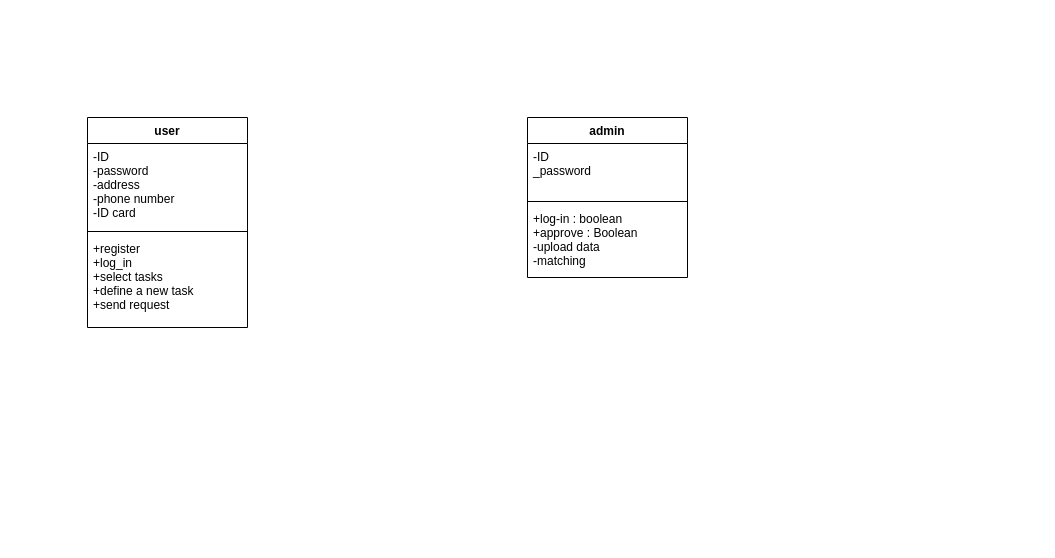
This is page "class diagram" (2 of 4) of Untitled Diagram.drawio from sepidehnaghshineh/SDP-final, a draw.io file, before an edit. Source tidied: cells renumbered, new cells numbered last; positions are measured from the earlier drawing's top-left corner, leaving out a move shared by most shapes. Both pictures are drawn from the tidied source at 100%, with x=0, y=0 at pixel (87, 117).
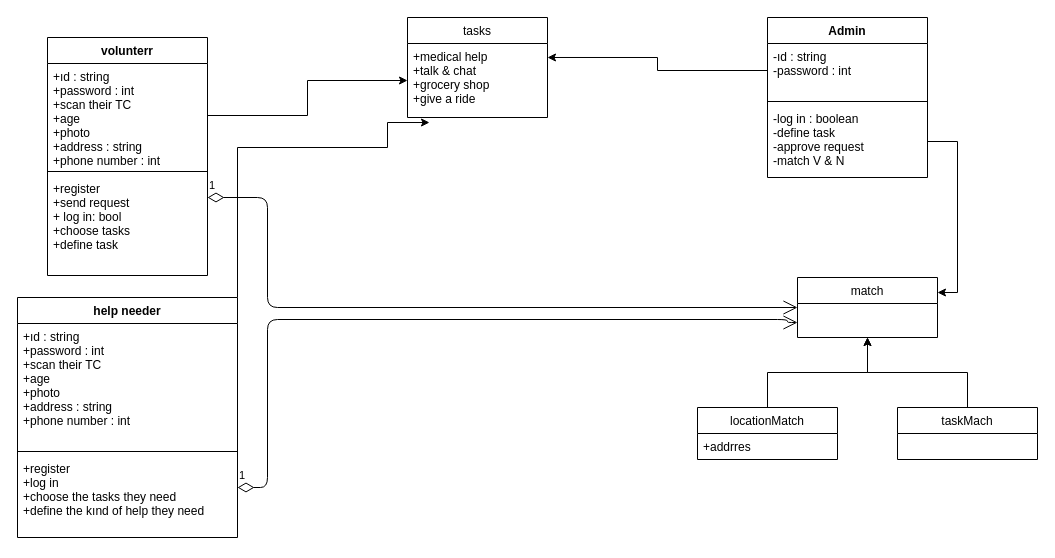
After the change.

Diff of the diagram source:
```diff
@@
-    <mxCell id="0" />
-    <mxCell id="1" parent="0" />
-    <mxCell id="2" value="admin" style="swimlane;fontStyle=1;align=center;verticalAlign=top;horizontal=1;startSize=26;" parent="1" vertex="1">
-      <mxGeometry x="440" width="160" height="160" as="geometry" />
-    </mxCell>
-    <mxCell id="3" value="-ID&#10;_password&#10;" style="text;strokeColor=none;fillColor=none;align=left;verticalAlign=top;spacingLeft=4;spacingRight=4;overflow=hidden;" parent="2" vertex="1">
-      <mxGeometry y="26" width="160" height="54" as="geometry" />
-    </mxCell>
+    <mxCell id="10" />
+    <mxCell id="11" parent="10" />
+    <mxCell id="12" value="Admin" style="swimlane;fontStyle=1;align=center;verticalAlign=top;horizontal=1;startSize=26;" parent="11" vertex="1">
+      <mxGeometry x="680" y="-100" width="160" height="160" as="geometry" />
+    </mxCell>
+    <mxCell id="13" value="-ıd : string&#10;-password : int" style="text;strokeColor=none;fillColor=none;align=left;verticalAlign=top;spacingLeft=4;spacingRight=4;overflow=hidden;points=[[0,0.5],[1,0.5]];portConstraint=eastwest;" parent="12" vertex="1">
+      <mxGeometry y="26" width="160" height="54" as="geometry" />
+    </mxCell>
-    <mxCell id="4" style="line;strokeWidth=1;fillColor=none;align=left;verticalAlign=middle;spacingTop=-1;spacingLeft=3;spacingRight=3;labelPosition=right;" parent="2" vertex="1">
+    <mxCell id="4" style="line;strokeWidth=1;fillColor=none;align=left;verticalAlign=middle;spacingTop=-1;spacingLeft=3;spacingRight=3;labelPosition=right;" parent="12" vertex="1">
       <mxGeometry y="80" width="160" height="8" as="geometry" />
     </mxCell>
-    <mxCell id="5" value="+log-in : boolean&#10;+approve : Boolean&#10;-upload data&#10;-matching &#10;" style="text;strokeColor=none;fillColor=none;align=left;verticalAlign=top;spacingLeft=4;spacingRight=4;overflow=hidden;" parent="2" vertex="1">
-      <mxGeometry y="88" width="160" height="72" as="geometry" />
-    </mxCell>
-    <mxCell id="6" value="user" style="swimlane;fontStyle=1;align=center;verticalAlign=top;horizontal=1;startSize=26;" parent="1" vertex="1">
-      <mxGeometry width="160" height="210" as="geometry" />
-    </mxCell>
-    <mxCell id="7" value="-ID&#10;-password&#10;-address&#10;-phone number&#10;-ID card" style="text;strokeColor=none;fillColor=none;align=left;verticalAlign=top;spacingLeft=4;spacingRight=4;overflow=hidden;" parent="6" vertex="1">
-      <mxGeometry y="26" width="160" height="84" as="geometry" />
-    </mxCell>
-    <mxCell id="8" style="line;strokeWidth=1;fillColor=none;align=left;verticalAlign=middle;spacingTop=-1;spacingLeft=3;spacingRight=3;labelPosition=right;" parent="6" vertex="1">
-      <mxGeometry y="110" width="160" height="8" as="geometry" />
-    </mxCell>
-    <mxCell id="9" value="+register&#10;+log_in&#10;+select tasks&#10;+define a new task&#10;+send request&#10;" style="text;strokeColor=none;fillColor=none;align=left;verticalAlign=top;spacingLeft=4;spacingRight=4;overflow=hidden;" parent="6" vertex="1">
-      <mxGeometry y="118" width="160" height="92" as="geometry" />
-    </mxCell>
+    <mxCell id="14" value="-log in : boolean&#10;-define task&#10;-approve request&#10;-match V &amp; N" style="text;strokeColor=none;fillColor=none;align=left;verticalAlign=top;spacingLeft=4;spacingRight=4;overflow=hidden;points=[[0,0.5],[1,0.5]];portConstraint=eastwest;" parent="12" vertex="1">
+      <mxGeometry y="88" width="160" height="72" as="geometry" />
+    </mxCell>
+    <mxCell id="15" value="volunterr" style="swimlane;fontStyle=1;align=center;verticalAlign=top;horizontal=1;startSize=26;" parent="11" vertex="1">
+      <mxGeometry x="-40" y="-80" width="160" height="238" as="geometry" />
+    </mxCell>
+    <mxCell id="16" value="+ıd : string&#10;+password : int&#10;+scan their TC&#10;+age&#10;+photo &#10;+address : string&#10;+phone number : int" style="text;strokeColor=none;fillColor=none;align=left;verticalAlign=top;spacingLeft=4;spacingRight=4;overflow=hidden;points=[[0,0.5],[1,0.5]];portConstraint=eastwest;" parent="15" vertex="1">
+      <mxGeometry y="26" width="160" height="104" as="geometry" />
+    </mxCell>
+    <mxCell id="17" style="line;strokeWidth=1;fillColor=none;align=left;verticalAlign=middle;spacingTop=-1;spacingLeft=3;spacingRight=3;labelPosition=right;" parent="15" vertex="1">
+      <mxGeometry y="130" width="160" height="8" as="geometry" />
+    </mxCell>
+    <mxCell id="18" value="+register&#10;+send request &#10;+ log in: bool&#10;+choose tasks&#10;+define task" style="text;strokeColor=none;fillColor=none;align=left;verticalAlign=top;spacingLeft=4;spacingRight=4;overflow=hidden;" parent="15" vertex="1">
+      <mxGeometry y="138" width="160" height="100" as="geometry" />
+    </mxCell>
+    <mxCell id="19" style="edgeStyle=orthogonalEdgeStyle;rounded=0;jettySize=auto;html=1;exitX=1;exitY=0;exitDx=0;exitDy=0;entryX=0.157;entryY=1.068;entryDx=0;entryDy=0;entryPerimeter=0;" parent="11" edge="1" source="20" target="26">
+      <mxGeometry relative="1" as="geometry">
+        <Array as="points">
+          <mxPoint x="150" y="30" />
+          <mxPoint x="300" y="30" />
+          <mxPoint x="300" y="5" />
+        </Array>
+      </mxGeometry>
+    </mxCell>
+    <mxCell id="20" value="help needer" style="swimlane;fontStyle=1;align=center;verticalAlign=top;horizontal=1;startSize=26;" parent="11" vertex="1">
+      <mxGeometry x="-70" y="180" width="220" height="240" as="geometry" />
+    </mxCell>
+    <mxCell id="21" value="+ıd : string&#10;+password : int&#10;+scan their TC&#10;+age&#10;+photo &#10;+address : string&#10;+phone number : int&#10;" style="text;strokeColor=none;fillColor=none;align=left;verticalAlign=top;spacingLeft=4;spacingRight=4;overflow=hidden;" parent="20" vertex="1">
+      <mxGeometry y="26" width="220" height="124" as="geometry" />
+    </mxCell>
+    <mxCell id="22" style="line;strokeWidth=1;fillColor=none;align=left;verticalAlign=middle;spacingTop=-1;spacingLeft=3;spacingRight=3;labelPosition=right;" parent="20" vertex="1">
+      <mxGeometry y="150" width="220" height="8" as="geometry" />
+    </mxCell>
+    <mxCell id="23" value="+register&#10;+log in&#10;+choose the tasks they need&#10;+define the kınd of help they need" style="text;strokeColor=none;fillColor=none;align=left;verticalAlign=top;spacingLeft=4;spacingRight=4;overflow=hidden;" parent="20" vertex="1">
+      <mxGeometry y="158" width="220" height="82" as="geometry" />
+    </mxCell>
+    <mxCell id="24" value="match" style="swimlane;fontStyle=0;horizontal=1;startSize=26;fillColor=none;" parent="11" vertex="1">
+      <mxGeometry x="710" y="160" width="140" height="60" as="geometry" />
+    </mxCell>
+    <mxCell id="25" value="tasks" style="swimlane;fontStyle=0;horizontal=1;startSize=26;fillColor=none;" parent="11" vertex="1">
+      <mxGeometry x="320" y="-100" width="140" height="100" as="geometry" />
+    </mxCell>
+    <mxCell id="26" value="+medical help&#10;+talk &amp; chat&#10;+grocery shop&#10;+give a ride&#10;" style="text;strokeColor=none;fillColor=none;align=left;verticalAlign=top;spacingLeft=4;spacingRight=4;overflow=hidden;points=[[0,0.5],[1,0.5]];portConstraint=eastwest;" parent="25" vertex="1">
+      <mxGeometry y="26" width="140" height="74" as="geometry" />
+    </mxCell>
+    <mxCell id="27" value="1" style="endArrow=open;html=1;endSize=12;startArrow=diamondThin;startSize=14;startFill=0;edgeStyle=orthogonalEdgeStyle;align=left;verticalAlign=bottom;entryX=0;entryY=0.5;entryDx=0;entryDy=0;" parent="11" edge="1" target="24">
+      <mxGeometry x="-1" y="3" relative="1" as="geometry">
+        <mxPoint x="120" y="80" as="sourcePoint" />
+        <Array as="points">
+          <mxPoint x="180" y="80" />
+          <mxPoint x="180" y="190" />
+        </Array>
+      </mxGeometry>
+    </mxCell>
+    <mxCell id="28" value="1" style="endArrow=open;html=1;endSize=12;startArrow=diamondThin;startSize=14;startFill=0;edgeStyle=orthogonalEdgeStyle;align=left;verticalAlign=bottom;entryX=0;entryY=0.75;entryDx=0;entryDy=0;" parent="11" edge="1" target="24">
+      <mxGeometry x="-1" y="3" relative="1" as="geometry">
+        <mxPoint x="150" y="370" as="sourcePoint" />
+        <Array as="points">
+          <mxPoint x="180" y="370" />
+          <mxPoint x="180" y="202" />
+          <mxPoint x="700" y="202" />
+        </Array>
+      </mxGeometry>
+    </mxCell>
+    <mxCell id="29" style="edgeStyle=orthogonalEdgeStyle;rounded=0;jettySize=auto;html=1;exitX=0.5;exitY=0;exitDx=0;exitDy=0;entryX=0.5;entryY=1;entryDx=0;entryDy=0;" parent="11" edge="1" source="30" target="24">
+      <mxGeometry relative="1" as="geometry" />
+    </mxCell>
+    <mxCell id="30" value="locationMatch" style="swimlane;fontStyle=0;horizontal=1;startSize=26;fillColor=none;" parent="11" vertex="1">
+      <mxGeometry x="610" y="290" width="140" height="52" as="geometry" />
+    </mxCell>
+    <mxCell id="31" value="+addrres" style="text;strokeColor=none;fillColor=none;align=left;verticalAlign=top;spacingLeft=4;spacingRight=4;overflow=hidden;" parent="30" vertex="1">
+      <mxGeometry y="26" width="140" height="26" as="geometry" />
+    </mxCell>
+    <mxCell id="32" style="edgeStyle=orthogonalEdgeStyle;rounded=0;jettySize=auto;html=1;exitX=0.5;exitY=0;exitDx=0;exitDy=0;entryX=0.5;entryY=1;entryDx=0;entryDy=0;" parent="11" edge="1" source="33" target="24">
+      <mxGeometry relative="1" as="geometry" />
+    </mxCell>
+    <mxCell id="33" value="taskMach" style="swimlane;fontStyle=0;horizontal=1;startSize=26;fillColor=none;" parent="11" vertex="1">
+      <mxGeometry x="810" y="290" width="140" height="52" as="geometry" />
+    </mxCell>
+    <mxCell id="34" style="edgeStyle=orthogonalEdgeStyle;rounded=0;jettySize=auto;html=1;exitX=1;exitY=0.5;exitDx=0;exitDy=0;entryX=1;entryY=0.25;entryDx=0;entryDy=0;" parent="11" edge="1" source="14" target="24">
+      <mxGeometry relative="1" as="geometry" />
+    </mxCell>
+    <mxCell id="35" style="edgeStyle=orthogonalEdgeStyle;rounded=0;jettySize=auto;html=1;exitX=1;exitY=0.5;exitDx=0;exitDy=0;entryX=0;entryY=0.5;entryDx=0;entryDy=0;" parent="11" edge="1" source="16" target="26">
+      <mxGeometry relative="1" as="geometry" />
+    </mxCell>
+    <mxCell id="36" style="edgeStyle=orthogonalEdgeStyle;rounded=0;jettySize=auto;html=1;exitX=0;exitY=0.5;exitDx=0;exitDy=0;entryX=1;entryY=0.189;entryDx=0;entryDy=0;entryPerimeter=0;" parent="11" edge="1" source="13" target="26">
+      <mxGeometry relative="1" as="geometry" />
+    </mxCell>
```
